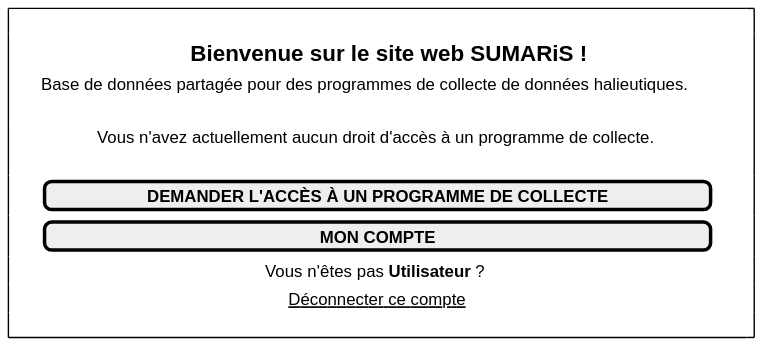
sumaris-net/sumaris-doc keeps this PlantUML diagram as projects/common/spe/images/home-splash-no-access-rights.svg. Above is the earlier version. The source it was exported from:
```plantuml
@startsalt
{
    {+
        .
        {  | . | . | . | . | <size:16><b>                        Bienvenue sur le site web SUMARiS ! | . | . | . | . | }
        {  | . | . | . | . | Base de données partagée pour des programmes de collecte de données halieutiques. | . | . | . | . | }
        .
        {  | . | . | . | . | <size:12>            Vous n'avez actuellement aucun droit d'accès à un programme de collecte. | . | . | . | . | }
        .
        {  | . | . | . | . | [<b>DEMANDER L'ACCÈS À UN PROGRAMME DE COLLECTE                ] | . | . | . | . |}
        {  | . | . | . | . | [<b>MON COMPTE                                                 ] | . | . | . | . |}
        {  | . | . | . | . | <size:12>                                                Vous n'êtes pas <b>Utilisateur</b> ? | . | . | . | . | }.
        {  | . | . | . | . | <u>                                                     Déconnecter ce compte | . | . | . | . | }.
        .
    }
}
@endsalt
```
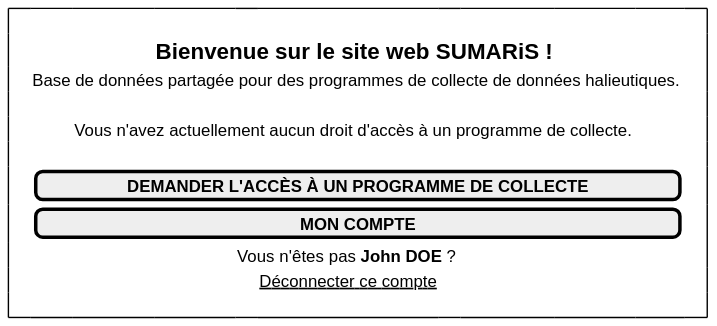
The same diagram one commit later.

Commit message:
[enh] User program rights management technical specification creation

What changed in the source:
```diff
@@ -1,17 +1,17 @@
 @startsalt
 {
     {+
-        .
-        {  | . | . | . | . | <size:16><b>                        Bienvenue sur le site web SUMARiS ! | . | . | . | . | }
-        {  | . | . | . | . | Base de données partagée pour des programmes de collecte de données halieutiques. | . | . | . | . | }
-        .
-        {  | . | . | . | . | <size:12>            Vous n'avez actuellement aucun droit d'accès à un programme de collecte. | . | . | . | . | }
-        .
-        {  | . | . | . | . | [<b>DEMANDER L'ACCÈS À UN PROGRAMME DE COLLECTE                ] | . | . | . | . |}
-        {  | . | . | . | . | [<b>MON COMPTE                                                 ] | . | . | . | . |}
-        {  | . | . | . | . | <size:12>                                                Vous n'êtes pas <b>Utilisateur</b> ? | . | . | . | . | }.
-        {  | . | . | . | . | <u>                                                     Déconnecter ce compte | . | . | . | . | }.
-        .
+        <color:ffffff>++ | . | . | . | . | . | . | . | . | . | <color:ffffff>++
+        . | . | <color:ffffff>++++++++ | <size:16><b>Bienvenue sur le site web SUMARiS ! | * | * | * | * | <color:ffffff>++++++++ | . | .
+        . | Base de données partagée pour des programmes de collecte de données halieutiques. | * | * | * | * | * | * | * | * | .
+        . | . | . | . | . | . | . | . | . | . | .
+        . | <color:ffffff>++++ | Vous n'avez actuellement aucun droit d'accès à un programme de collecte. | * | * | * | * | * | * | <color:ffffff>++++ | .
+        . | . | . | . | . | . | . | . | . | . | .
+        . | [<b>DEMANDER L'ACCÈS À UN PROGRAMME DE COLLECTE              ] | * | * | * | * | * | * | * | * | .
+        . | [<b>MON COMPTE                                               ] | * | * | * | * | * | * | * | * | .
+        . | . | . | <color:ffffff>++++++++ | Vous n'êtes pas <b>John DOE</b> ? | * | * | <color:ffffff>+++++++++ | . | . | .
+        . | . | . | . | <color:ffffff>++ | <u>Déconnecter ce compte | <color:ffffff>++ | . | . | . | .
+        . | . | . | . | . | . | . | . | . | . | .
     }
 }
 @endsalt
```
